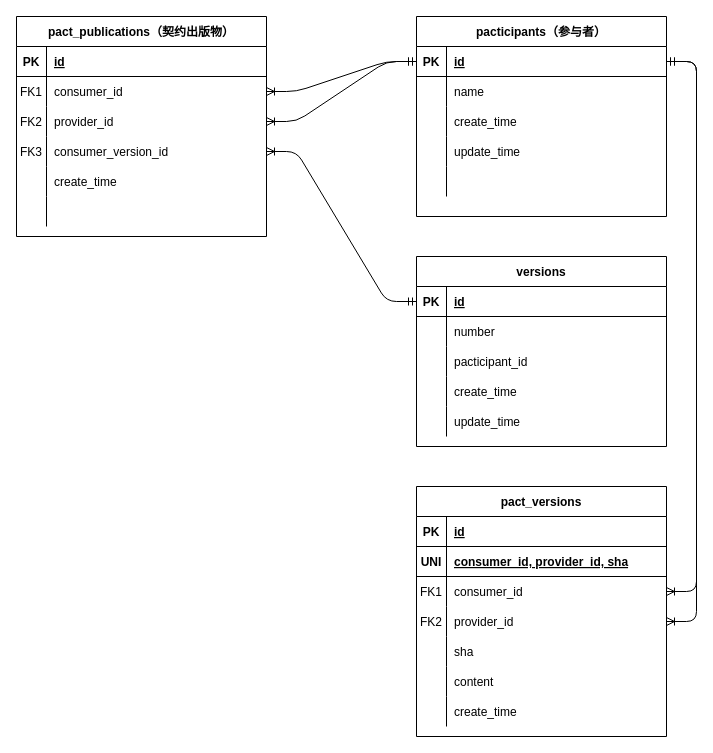
Earlier version of the draw.io diagram Untitled Diagram.drawio (panda-win/pact). Source tidied: cells renumbered, new cells numbered last; positions are measured from the earlier drawing's top-left corner, leaving out a move shared by most shapes. Both pictures are drawn from the tidied source at 100%, with x=0, y=0 at pixel (16, 16).
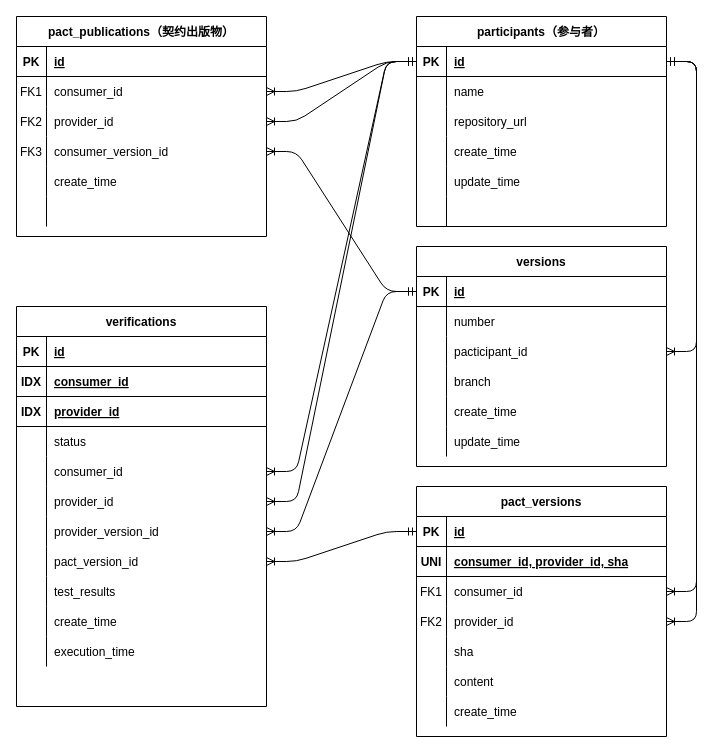
The same diagram, later.

Unchanged cells that the change refers to:
```xml
<mxCell id="22" style="shape=partialRectangle;fillColor=none;points=[[0,0.5],[1,0.5]];portConstraint=eastwest;top=0;left=0;right=0;bottom=1;" parent="21" vertex="1">
  <mxGeometry y="30" width="250" height="30" as="geometry" />
</mxCell>
<mxCell id="28" style="shape=partialRectangle;fillColor=none;points=[[0,0.5],[1,0.5]];portConstraint=eastwest;top=0;left=0;right=0;bottom=0;" parent="21" vertex="1">
  <mxGeometry y="90" width="250" height="30" as="geometry" />
</mxCell>
<mxCell id="38" style="shape=partialRectangle;fillColor=none;points=[[0,0.5],[1,0.5]];portConstraint=eastwest;top=0;left=0;right=0;bottom=1;" parent="37" vertex="1">
  <mxGeometry y="30" width="250" height="30" as="geometry" />
</mxCell>
<mxCell id="54" style="shape=partialRectangle;fillColor=none;top=0;left=0;bottom=1;right=0;points=[[0,0.5],[1,0.5]];portConstraint=eastwest;" parent="53" vertex="1">
  <mxGeometry y="30" width="250" height="30" as="geometry" />
</mxCell>
```

Change to the diagram source:
```diff
@@
     <mxCell id="21" value="versions" style="shape=table;startSize=30;childLayout=tableLayout;rowLines=0;fontStyle=1;align=center;" parent="1" vertex="1">
-      <mxGeometry x="400" y="240" width="250" height="190" as="geometry" />
+      <mxGeometry x="400" y="230" width="250" height="220" as="geometry" />
     </mxCell>
@@
+    <mxCell id="80" style="shape=partialRectangle;fillColor=none;top=0;left=0;right=0;bottom=0;" parent="21" vertex="1">
+      <mxGeometry y="120" width="250" height="30" as="geometry" />
+    </mxCell>
+    <mxCell id="81" style="shape=partialRectangle;overflow=hidden;fillColor=none;top=0;left=0;bottom=0;right=0;" parent="80" vertex="1">
+      <mxGeometry width="30" height="30" as="geometry" />
+    </mxCell>
+    <mxCell id="82" value="branch" style="shape=partialRectangle;overflow=hidden;fillColor=none;top=0;left=0;bottom=0;right=0;align=left;spacingLeft=6;" parent="80" vertex="1">
+      <mxGeometry x="30" width="220" height="30" as="geometry" />
+    </mxCell>
     <mxCell id="31" style="shape=partialRectangle;fillColor=none;top=0;left=0;right=0;bottom=0;" parent="21" vertex="1">
-      <mxGeometry y="120" width="250" height="30" as="geometry" />
+      <mxGeometry y="150" width="250" height="30" as="geometry" />
     </mxCell>
@@
     <mxCell id="34" style="shape=partialRectangle;fillColor=none;top=0;left=0;right=0;bottom=0;" parent="21" vertex="1">
-      <mxGeometry y="150" width="250" height="30" as="geometry" />
+      <mxGeometry y="180" width="250" height="30" as="geometry" />
     </mxCell>
@@
-    <mxCell id="37" value="pacticipants（参与者）" style="shape=table;startSize=30;childLayout=tableLayout;rowLines=0;fontStyle=1;align=center;" parent="1" vertex="1">
-      <mxGeometry x="400" width="250" height="200" as="geometry" />
+    <mxCell id="37" value="participants（参与者）" style="shape=table;startSize=30;childLayout=tableLayout;rowLines=0;fontStyle=1;align=center;" parent="1" vertex="1">
+      <mxGeometry x="400" width="250" height="210" as="geometry" />
     </mxCell>
@@
+    <mxCell id="83" style="shape=partialRectangle;fillColor=none;top=0;left=0;right=0;bottom=0;" parent="37" vertex="1">
+      <mxGeometry y="90" width="250" height="30" as="geometry" />
+    </mxCell>
+    <mxCell id="84" style="shape=partialRectangle;overflow=hidden;fillColor=none;top=0;left=0;bottom=0;right=0;" parent="83" vertex="1">
+      <mxGeometry width="30" height="30" as="geometry" />
+    </mxCell>
+    <mxCell id="85" value="repository_url" style="shape=partialRectangle;overflow=hidden;fillColor=none;top=0;left=0;bottom=0;right=0;align=left;spacingLeft=6;" parent="83" vertex="1">
+      <mxGeometry x="30" width="220" height="30" as="geometry" />
+    </mxCell>
     <mxCell id="44" style="shape=partialRectangle;fillColor=none;top=0;left=0;right=0;bottom=0;" parent="37" vertex="1">
-      <mxGeometry y="90" width="250" height="30" as="geometry" />
+      <mxGeometry y="120" width="250" height="30" as="geometry" />
     </mxCell>
@@
     <mxCell id="47" style="shape=partialRectangle;fillColor=none;top=0;left=0;right=0;bottom=0;" parent="37" vertex="1">
-      <mxGeometry y="120" width="250" height="30" as="geometry" />
+      <mxGeometry y="150" width="250" height="30" as="geometry" />
     </mxCell>
@@
     <mxCell id="50" style="shape=partialRectangle;fillColor=none;top=0;left=0;right=0;bottom=0;" parent="37" vertex="1">
-      <mxGeometry y="150" width="250" height="30" as="geometry" />
+      <mxGeometry y="180" width="250" height="30" as="geometry" />
     </mxCell>
@@
+    <mxCell id="86" value="verifications" style="shape=table;startSize=30;childLayout=tableLayout;rowLines=0;fontStyle=1;align=center;" parent="1" vertex="1">
+      <mxGeometry y="290" width="250" height="400" as="geometry" />
+    </mxCell>
+    <mxCell id="87" style="shape=partialRectangle;fillColor=none;top=0;left=0;bottom=1;right=0;" parent="86" vertex="1">
+      <mxGeometry y="30" width="250" height="30" as="geometry" />
+    </mxCell>
+    <mxCell id="88" value="PK" style="shape=partialRectangle;fillColor=none;top=0;left=0;bottom=0;right=0;fontStyle=1;overflow=hidden;" parent="87" vertex="1">
+      <mxGeometry width="30" height="30" as="geometry" />
+    </mxCell>
+    <mxCell id="89" value="id" style="shape=partialRectangle;fillColor=none;top=0;left=0;bottom=0;right=0;align=left;spacingLeft=6;fontStyle=5;overflow=hidden;" parent="87" vertex="1">
+      <mxGeometry x="30" width="220" height="30" as="geometry" />
+    </mxCell>
+    <mxCell id="90" style="shape=partialRectangle;fillColor=none;top=0;left=0;bottom=1;right=0;" parent="86" vertex="1">
+      <mxGeometry y="60" width="250" height="30" as="geometry" />
+    </mxCell>
+    <mxCell id="91" value="IDX" style="shape=partialRectangle;fillColor=none;top=0;left=0;bottom=0;right=0;fontStyle=1;overflow=hidden;" parent="90" vertex="1">
+      <mxGeometry width="30" height="30" as="geometry" />
+    </mxCell>
+    <mxCell id="92" value="consumer_id" style="shape=partialRectangle;fillColor=none;top=0;left=0;bottom=0;right=0;align=left;spacingLeft=6;fontStyle=5;overflow=hidden;" parent="90" vertex="1">
+      <mxGeometry x="30" width="220" height="30" as="geometry" />
+    </mxCell>
+    <mxCell id="93" style="shape=partialRectangle;fillColor=none;top=0;left=0;bottom=1;right=0;" parent="86" vertex="1">
+      <mxGeometry y="90" width="250" height="30" as="geometry" />
+    </mxCell>
+    <mxCell id="94" value="IDX" style="shape=partialRectangle;fillColor=none;top=0;left=0;bottom=0;right=0;fontStyle=1;overflow=hidden;" parent="93" vertex="1">
+      <mxGeometry width="30" height="30" as="geometry" />
+    </mxCell>
+    <mxCell id="95" value="provider_id" style="shape=partialRectangle;fillColor=none;top=0;left=0;bottom=0;right=0;align=left;spacingLeft=6;fontStyle=5;overflow=hidden;" parent="93" vertex="1">
+      <mxGeometry x="30" width="220" height="30" as="geometry" />
+    </mxCell>
+    <mxCell id="96" style="shape=partialRectangle;fillColor=none;top=0;left=0;bottom=0;right=0;" parent="86" vertex="1">
+      <mxGeometry y="120" width="250" height="30" as="geometry" />
+    </mxCell>
+    <mxCell id="97" style="shape=partialRectangle;fillColor=none;top=0;left=0;bottom=0;right=0;overflow=hidden;" parent="96" vertex="1">
+      <mxGeometry width="30" height="30" as="geometry" />
+    </mxCell>
+    <mxCell id="98" value="status" style="shape=partialRectangle;fillColor=none;top=0;left=0;bottom=0;right=0;align=left;spacingLeft=6;overflow=hidden;" parent="96" vertex="1">
+      <mxGeometry x="30" width="220" height="30" as="geometry" />
+    </mxCell>
+    <mxCell id="99" style="shape=partialRectangle;fillColor=none;top=0;left=0;bottom=0;right=0;points=[[0,0.5],[1,0.5]];portConstraint=eastwest;" parent="86" vertex="1">
+      <mxGeometry y="150" width="250" height="30" as="geometry" />
+    </mxCell>
+    <mxCell id="100" style="shape=partialRectangle;fillColor=none;top=0;left=0;bottom=0;right=0;overflow=hidden;" parent="99" vertex="1">
+      <mxGeometry width="30" height="30" as="geometry" />
+    </mxCell>
+    <mxCell id="101" value="consumer_id" style="shape=partialRectangle;fillColor=none;top=0;left=0;bottom=0;right=0;align=left;spacingLeft=6;overflow=hidden;" parent="99" vertex="1">
+      <mxGeometry x="30" width="220" height="30" as="geometry" />
+    </mxCell>
+    <mxCell id="102" style="shape=partialRectangle;fillColor=none;top=0;left=0;bottom=0;right=0;points=[[0,0.5],[1,0.5]];portConstraint=eastwest;" parent="86" vertex="1">
+      <mxGeometry y="180" width="250" height="30" as="geometry" />
+    </mxCell>
+    <mxCell id="103" style="shape=partialRectangle;fillColor=none;top=0;left=0;bottom=0;right=0;overflow=hidden;" parent="102" vertex="1">
+      <mxGeometry width="30" height="30" as="geometry" />
+    </mxCell>
+    <mxCell id="104" value="provider_id" style="shape=partialRectangle;fillColor=none;top=0;left=0;bottom=0;right=0;align=left;spacingLeft=6;overflow=hidden;" parent="102" vertex="1">
+      <mxGeometry x="30" width="220" height="30" as="geometry" />
+    </mxCell>
+    <mxCell id="105" style="shape=partialRectangle;fillColor=none;top=0;left=0;bottom=0;right=0;points=[[0,0.5],[1,0.5]];portConstraint=eastwest;" parent="86" vertex="1">
+      <mxGeometry y="210" width="250" height="30" as="geometry" />
+    </mxCell>
+    <mxCell id="106" style="shape=partialRectangle;fillColor=none;top=0;left=0;bottom=0;right=0;overflow=hidden;" parent="105" vertex="1">
+      <mxGeometry width="30" height="30" as="geometry" />
+    </mxCell>
+    <mxCell id="107" value="provider_version_id" style="shape=partialRectangle;fillColor=none;top=0;left=0;bottom=0;right=0;align=left;spacingLeft=6;overflow=hidden;" parent="105" vertex="1">
+      <mxGeometry x="30" width="220" height="30" as="geometry" />
+    </mxCell>
+    <mxCell id="108" style="shape=partialRectangle;fillColor=none;top=0;left=0;bottom=0;right=0;points=[[0,0.5],[1,0.5]];portConstraint=eastwest;" parent="86" vertex="1">
+      <mxGeometry y="240" width="250" height="30" as="geometry" />
+    </mxCell>
+    <mxCell id="109" style="shape=partialRectangle;fillColor=none;top=0;left=0;bottom=0;right=0;overflow=hidden;" parent="108" vertex="1">
+      <mxGeometry width="30" height="30" as="geometry" />
+    </mxCell>
+    <mxCell id="110" value="pact_version_id" style="shape=partialRectangle;fillColor=none;top=0;left=0;bottom=0;right=0;align=left;spacingLeft=6;overflow=hidden;" parent="108" vertex="1">
+      <mxGeometry x="30" width="220" height="30" as="geometry" />
+    </mxCell>
+    <mxCell id="111" style="shape=partialRectangle;fillColor=none;top=0;left=0;bottom=0;right=0;" parent="86" vertex="1">
+      <mxGeometry y="270" width="250" height="30" as="geometry" />
+    </mxCell>
+    <mxCell id="112" style="shape=partialRectangle;fillColor=none;top=0;left=0;bottom=0;right=0;overflow=hidden;" parent="111" vertex="1">
+      <mxGeometry width="30" height="30" as="geometry" />
+    </mxCell>
+    <mxCell id="113" value="test_results" style="shape=partialRectangle;fillColor=none;top=0;left=0;bottom=0;right=0;align=left;spacingLeft=6;overflow=hidden;" parent="111" vertex="1">
+      <mxGeometry x="30" width="220" height="30" as="geometry" />
+    </mxCell>
+    <mxCell id="114" style="shape=partialRectangle;fillColor=none;top=0;left=0;bottom=0;right=0;" parent="86" vertex="1">
+      <mxGeometry y="300" width="250" height="30" as="geometry" />
+    </mxCell>
+    <mxCell id="115" style="shape=partialRectangle;fillColor=none;top=0;left=0;bottom=0;right=0;overflow=hidden;" parent="114" vertex="1">
+      <mxGeometry width="30" height="30" as="geometry" />
+    </mxCell>
+    <mxCell id="116" value="create_time" style="shape=partialRectangle;fillColor=none;top=0;left=0;bottom=0;right=0;align=left;spacingLeft=6;overflow=hidden;" parent="114" vertex="1">
+      <mxGeometry x="30" width="220" height="30" as="geometry" />
+    </mxCell>
+    <mxCell id="117" style="shape=partialRectangle;fillColor=none;top=0;left=0;bottom=0;right=0;" parent="86" vertex="1">
+      <mxGeometry y="330" width="250" height="30" as="geometry" />
+    </mxCell>
+    <mxCell id="118" style="shape=partialRectangle;fillColor=none;top=0;left=0;bottom=0;right=0;overflow=hidden;" parent="117" vertex="1">
+      <mxGeometry width="30" height="30" as="geometry" />
+    </mxCell>
+    <mxCell id="119" value="execution_time" style="shape=partialRectangle;fillColor=none;top=0;left=0;bottom=0;right=0;align=left;spacingLeft=6;overflow=hidden;" parent="117" vertex="1">
+      <mxGeometry x="30" width="220" height="30" as="geometry" />
+    </mxCell>
+    <mxCell id="120" style="edgeStyle=entityRelationEdgeStyle;fontSize=12;html=1;endArrow=ERoneToMany;startArrow=ERmandOne;exitX=0;exitY=0.5;exitDx=0;exitDy=0;entryX=1;entryY=0.5;entryDx=0;entryDy=0;" parent="1" edge="1" source="54" target="108">
+      <mxGeometry relative="1" as="geometry" />
+    </mxCell>
+    <mxCell id="121" style="edgeStyle=entityRelationEdgeStyle;fontSize=12;html=1;endArrow=ERoneToMany;startArrow=ERmandOne;exitX=0;exitY=0.5;exitDx=0;exitDy=0;entryX=1;entryY=0.5;entryDx=0;entryDy=0;" parent="1" edge="1" source="22" target="105">
+      <mxGeometry relative="1" as="geometry" />
+    </mxCell>
+    <mxCell id="122" style="edgeStyle=entityRelationEdgeStyle;fontSize=12;html=1;endArrow=ERoneToMany;startArrow=ERmandOne;exitX=0;exitY=0.5;exitDx=0;exitDy=0;entryX=1;entryY=0.5;entryDx=0;entryDy=0;" parent="1" edge="1" source="38" target="102">
+      <mxGeometry relative="1" as="geometry" />
+    </mxCell>
+    <mxCell id="123" style="edgeStyle=entityRelationEdgeStyle;fontSize=12;html=1;endArrow=ERoneToMany;startArrow=ERmandOne;entryX=1;entryY=0.5;entryDx=0;entryDy=0;exitX=1;exitY=0.5;exitDx=0;exitDy=0;" parent="1" edge="1" source="38" target="28">
+      <mxGeometry relative="1" as="geometry" />
+    </mxCell>
+    <mxCell id="124" style="edgeStyle=entityRelationEdgeStyle;fontSize=12;html=1;endArrow=ERoneToMany;startArrow=ERmandOne;exitX=0;exitY=0.5;exitDx=0;exitDy=0;entryX=1;entryY=0.5;entryDx=0;entryDy=0;" parent="1" edge="1" source="38" target="99">
+      <mxGeometry relative="1" as="geometry" />
+    </mxCell>
```
